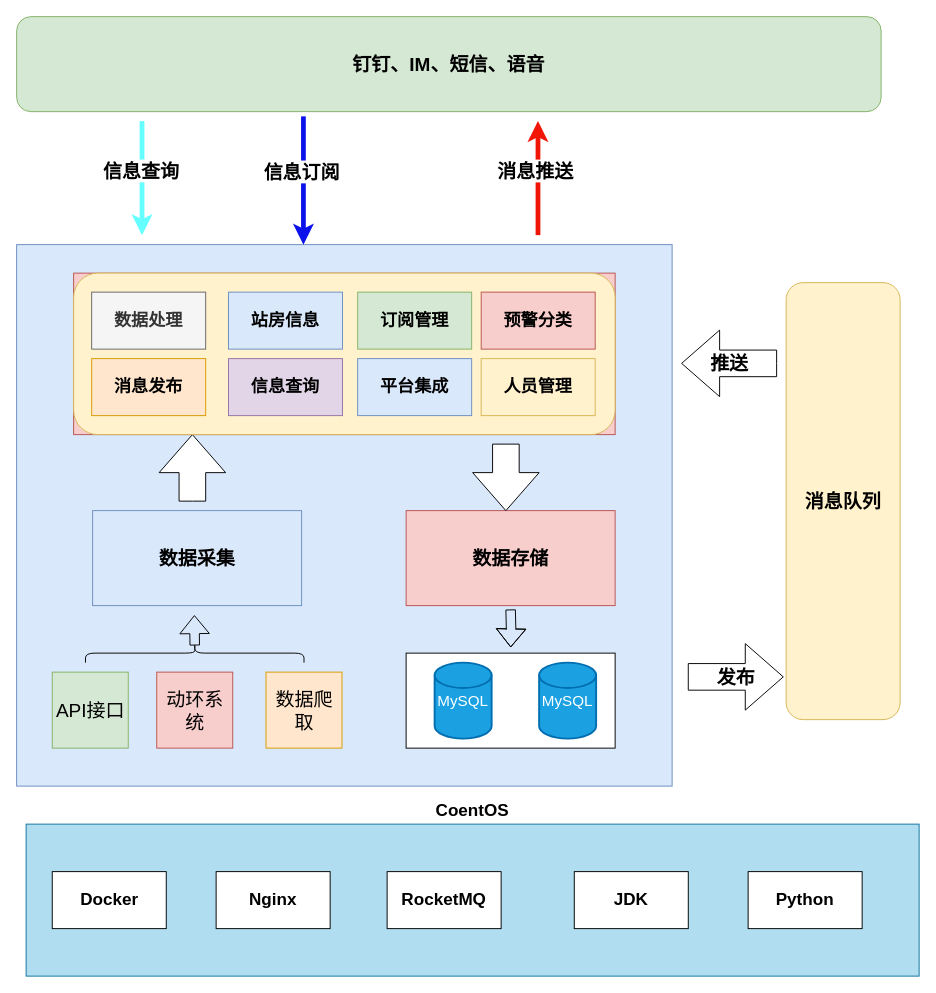
Earlier version of the draw.io diagram 干线综合预警系统.drawio (lvpv/atlas). Source tidied: cells renumbered, new cells numbered last; positions are measured from the earlier drawing's top-left corner, leaving out a move shared by most shapes. Both pictures are drawn from the tidied source at 95%, with x=0, y=0 at pixel (16, 16).
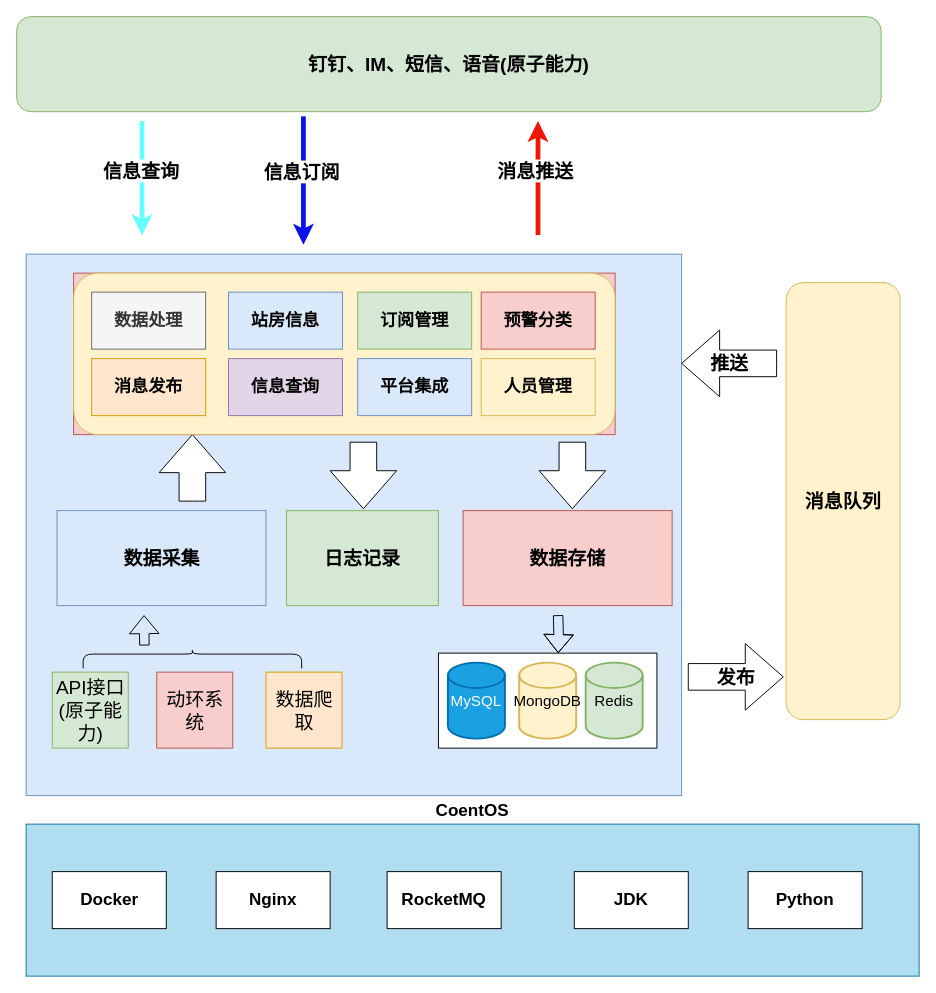
Above is the later version.

Commit message:
已添加 干线综合预警系统.drawio

Change to the diagram source:
```diff
@@
     <mxCell id="2" style="rounded=0;whiteSpace=wrap;html=1;fillColor=#dae8fc;strokeColor=#6c8ebf;" parent="1" vertex="1">
-      <mxGeometry y="240" width="690" height="570" as="geometry" />
+      <mxGeometry x="10" y="250" width="690" height="570" as="geometry" />
     </mxCell>
@@
-    <mxCell id="8" value="钉钉、IM、短信、语音" style="rounded=1;whiteSpace=wrap;html=1;fontFamily=仿宋;fontSize=20;fontStyle=1;fillColor=#d5e8d4;strokeColor=#82b366;" parent="1" vertex="1">
+    <mxCell id="8" value="钉钉、IM、短信、语音(原子能力)" style="rounded=1;whiteSpace=wrap;html=1;fontFamily=仿宋;fontSize=20;fontStyle=1;fillColor=#d5e8d4;strokeColor=#82b366;" parent="1" vertex="1">
       <mxGeometry width="910" height="100" as="geometry" />
     </mxCell>
     <mxCell id="9" value="数据采集" style="rounded=0;whiteSpace=wrap;html=1;fontFamily=仿宋;fontSize=20;fillColor=#dae8fc;strokeColor=#6c8ebf;fontStyle=1;" parent="1" vertex="1">
-      <mxGeometry x="80" y="520" width="220" height="100" as="geometry" />
+      <mxGeometry x="42.5" y="520" width="220" height="100" as="geometry" />
     </mxCell>
@@
-    <mxCell id="12" value="API接口" style="whiteSpace=wrap;html=1;fontFamily=仿宋;fontSize=20;fillColor=#d5e8d4;strokeColor=#82b366;" parent="1" vertex="1">
+    <mxCell id="12" value="API接口(原子能力)" style="whiteSpace=wrap;html=1;fontFamily=仿宋;fontSize=20;fillColor=#d5e8d4;strokeColor=#82b366;" parent="1" vertex="1">
       <mxGeometry x="37.5" y="690" width="80" height="80" as="geometry" />
     </mxCell>
@@
-    <mxCell id="15" style="edgeStyle=orthogonalEdgeStyle;shape=flexArrow;rounded=0;jettySize=auto;html=1;exitX=0.1;exitY=0.5;exitDx=0;exitDy=0;exitPerimeter=0;fontStyle=1;" parent="1" edge="1" source="16">
+    <mxCell id="15" style="edgeStyle=orthogonalEdgeStyle;shape=flexArrow;rounded=0;orthogonalLoop=1;jettySize=auto;html=1;exitX=0.1;exitY=0.5;exitDx=0;exitDy=0;exitPerimeter=0;fontStyle=1;" parent="1" edge="1">
       <mxGeometry relative="1" as="geometry">
-        <mxPoint x="187.1" y="630" as="targetPoint" />
+        <mxPoint x="134.5" y="662" as="sourcePoint" />
+        <mxPoint x="134.1" y="630" as="targetPoint" />
       </mxGeometry>
     </mxCell>
-    <mxCell id="16" style="shape=curlyBracket;whiteSpace=wrap;html=1;rounded=1;labelPosition=left;verticalLabelPosition=middle;align=right;verticalAlign=middle;rotation=90;fontStyle=1;" parent="1" vertex="1">
-      <mxGeometry x="177.5" y="555" width="20" height="230" as="geometry" />
+    <mxCell id="16" style="shape=curlyBracket;whiteSpace=wrap;html=1;rounded=1;labelPosition=left;verticalLabelPosition=middle;align=right;verticalAlign=middle;rotation=90;fontStyle=1;size=0.25;" parent="1" vertex="1">
+      <mxGeometry x="175" y="561" width="20" height="230" as="geometry" />
     </mxCell>
@@
-    <mxCell id="18" style="rounded=0;whiteSpace=wrap;html=1;fontFamily=仿宋;fontSize=16;" parent="1" vertex="1">
-      <mxGeometry x="410" y="670" width="220" height="100" as="geometry" />
-    </mxCell>
-    <mxCell id="19" value="MySQL" style="strokeWidth=2;html=1;shape=mxgraph.flowchart.database;whiteSpace=wrap;fontFamily=仿宋;fontSize=16;fillColor=#1ba1e2;strokeColor=#006EAF;fontColor=#ffffff;" parent="1" vertex="1">
-      <mxGeometry x="440" y="680" width="60" height="80" as="geometry" />
-    </mxCell>
-    <mxCell id="20" value="MySQL" style="strokeWidth=2;html=1;shape=mxgraph.flowchart.database;whiteSpace=wrap;fontFamily=仿宋;fontSize=16;fillColor=#1ba1e2;fontColor=#ffffff;strokeColor=#006EAF;" parent="1" vertex="1">
-      <mxGeometry x="550" y="680" width="60" height="80" as="geometry" />
-    </mxCell>
     <mxCell id="21" style="edgeStyle=orthogonalEdgeStyle;shape=flexArrow;rounded=0;orthogonalLoop=1;jettySize=auto;html=1;exitX=0.5;exitY=1;exitDx=0;exitDy=0;fontStyle=1;" parent="1" edge="1">
       <mxGeometry relative="1" as="geometry">
-        <mxPoint x="520" y="624" as="sourcePoint" />
-        <mxPoint x="520.1" y="664" as="targetPoint" />
+        <mxPoint x="570" y="630" as="sourcePoint" />
+        <mxPoint x="570.1" y="670" as="targetPoint" />
       </mxGeometry>
     </mxCell>
     <mxCell id="22" value="数据存储" style="rounded=0;whiteSpace=wrap;html=1;fontFamily=仿宋;fontSize=20;fillColor=#f8cecc;strokeColor=#b85450;fontStyle=1;" parent="1" vertex="1">
-      <mxGeometry x="410" y="520" width="220" height="100" as="geometry" />
+      <mxGeometry x="470" y="520" width="220" height="100" as="geometry" />
     </mxCell>
     <mxCell id="23" style="html=1;shadow=0;dashed=0;align=center;verticalAlign=middle;shape=mxgraph.arrows2.arrow;dy=0.6;dx=40;direction=north;notch=0;rotation=-180;" parent="1" vertex="1">
-      <mxGeometry x="480" y="450" width="70" height="70" as="geometry" />
+      <mxGeometry x="550" y="448" width="70" height="70" as="geometry" />
     </mxCell>
@@
+    <mxCell id="43" style="group;" parent="1" vertex="1">
+      <mxGeometry x="444" y="670" width="230" height="100" as="geometry" />
+    </mxCell>
+    <mxCell id="18" style="rounded=0;whiteSpace=wrap;html=1;fontFamily=仿宋;fontSize=16;" parent="43" vertex="1">
+      <mxGeometry width="230" height="100" as="geometry" />
+    </mxCell>
+    <mxCell id="19" value="MySQL" style="strokeWidth=2;html=1;shape=mxgraph.flowchart.database;whiteSpace=wrap;fontFamily=仿宋;fontSize=16;fillColor=#1ba1e2;strokeColor=#006EAF;fontColor=#ffffff;" parent="43" vertex="1">
+      <mxGeometry x="10" y="10" width="60" height="80" as="geometry" />
+    </mxCell>
+    <mxCell id="20" value="MongoDB" style="strokeWidth=2;html=1;shape=mxgraph.flowchart.database;whiteSpace=wrap;fontFamily=仿宋;fontSize=16;fillColor=#fff2cc;strokeColor=#d6b656;" parent="43" vertex="1">
+      <mxGeometry x="85" y="10" width="60" height="80" as="geometry" />
+    </mxCell>
+    <mxCell id="44" value="Redis" style="strokeWidth=2;html=1;shape=mxgraph.flowchart.database;whiteSpace=wrap;fontFamily=仿宋;fontSize=16;fillColor=#d5e8d4;strokeColor=#82b366;" parent="43" vertex="1">
+      <mxGeometry x="155" y="10" width="60" height="80" as="geometry" />
+    </mxCell>
+    <mxCell id="45" value="日志记录" style="rounded=0;whiteSpace=wrap;html=1;fontFamily=仿宋;fontStyle=1;fontSize=20;fillColor=#d5e8d4;strokeColor=#82b366;" parent="1" vertex="1">
+      <mxGeometry x="284" y="520" width="160" height="100" as="geometry" />
+    </mxCell>
+    <mxCell id="46" style="html=1;shadow=0;dashed=0;align=center;verticalAlign=middle;shape=mxgraph.arrows2.arrow;dy=0.6;dx=40;direction=north;notch=0;rotation=-180;" parent="1" vertex="1">
+      <mxGeometry x="330" y="448" width="70" height="70" as="geometry" />
+    </mxCell>
```
